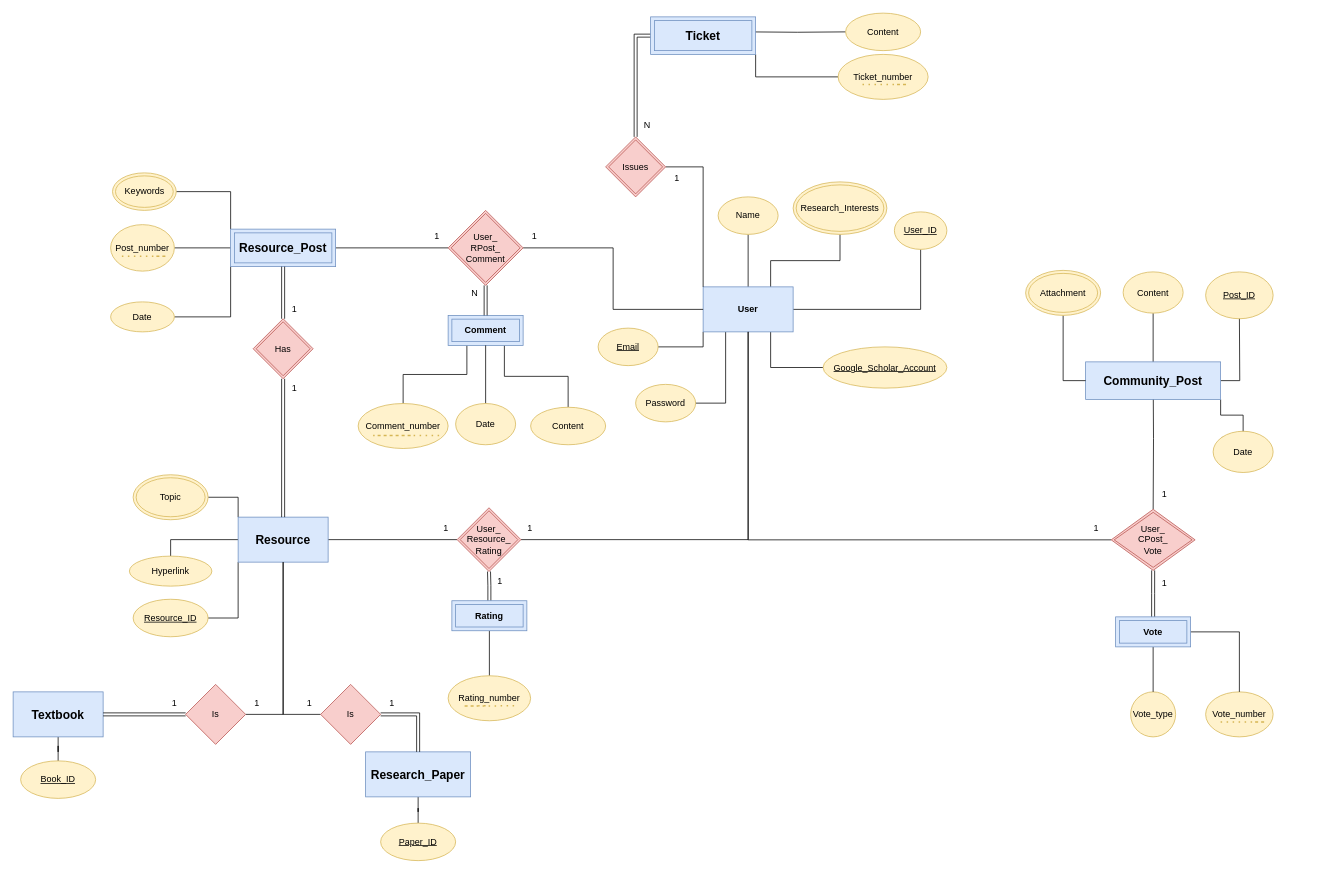
Before: Project Design/ER Diagram.drawio in muhammed-ayman/ScholarStack, a draw.io diagram. Source tidied: cells renumbered, new cells numbered last; positions are measured from the earlier drawing's top-left corner, leaving out a move shared by most shapes. Both pictures are drawn from the tidied source at 75%, with x=0, y=0 at pixel (13, 13).
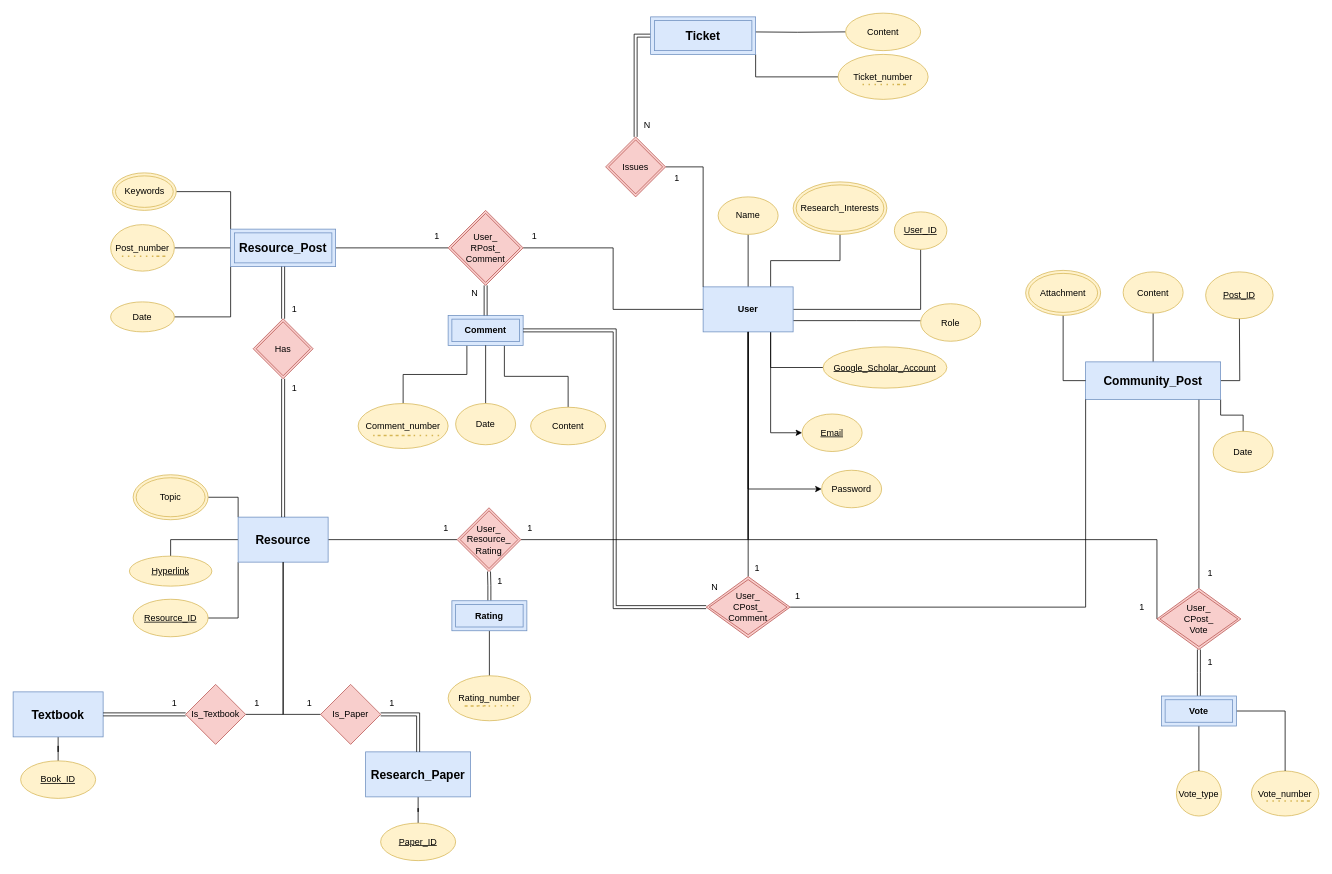
After the change.

Commit message:
added relationship between user, community post, and comment

Unchanged cells that the change refers to:
```xml
<mxCell id="8" value="User" style="rounded=0;whiteSpace=wrap;html=1;fontStyle=1;fillColor=#dae8fc;strokeColor=#6c8ebf;" parent="1" vertex="1">
  <mxGeometry x="920" y="365" width="120" height="60" as="geometry" />
</mxCell>
<mxCell id="17" value="&lt;b id=&quot;docs-internal-guid-7c196727-7fff-cf44-8b81-c02ef0bab3d8&quot; style=&quot;font-weight:normal;&quot;&gt;&lt;span style=&quot;font-size: 12pt; font-family: Arial; color: rgb(0, 0, 0); background-color: transparent; font-weight: 700; font-style: normal; font-variant: normal; text-decoration: none; vertical-align: baseline;&quot;&gt;Community_Post&lt;/span&gt;&lt;/b&gt;" style="rounded=0;whiteSpace=wrap;html=1;fillColor=#dae8fc;strokeColor=#6c8ebf;" parent="1" vertex="1">
  <mxGeometry x="1430" y="465" width="180" height="50" as="geometry" />
</mxCell>
<mxCell id="60" value="Comment" style="shape=ext;margin=3;double=1;whiteSpace=wrap;html=1;align=center;rounded=0;fillColor=#dae8fc;strokeColor=#6c8ebf;fontStyle=1;" parent="1" vertex="1">
  <mxGeometry x="580" y="403" width="100" height="40" as="geometry" />
</mxCell>
```

What changed in the source:
```diff
@@
+    <mxCell id="111" style="edgeStyle=orthogonalEdgeStyle;rounded=0;jettySize=auto;html=1;exitX=1;exitY=0.75;exitDx=0;exitDy=0;endArrow=none;endFill=0;" parent="1" edge="1" source="8">
+      <mxGeometry relative="1" as="geometry">
+        <mxPoint x="1210" y="410.2" as="targetPoint" />
+      </mxGeometry>
+    </mxCell>
-    <mxCell id="6" style="edgeStyle=orthogonalEdgeStyle;rounded=0;jettySize=auto;html=1;exitX=0;exitY=1;exitDx=0;exitDy=0;entryX=1;entryY=0.5;entryDx=0;entryDy=0;endArrow=none;endFill=0;" parent="1" edge="1" source="8" target="70">
+    <mxCell id="6" style="edgeStyle=orthogonalEdgeStyle;rounded=0;jettySize=auto;html=1;exitX=0.75;exitY=1;exitDx=0;exitDy=0;entryX=0;entryY=0.5;entryDx=0;entryDy=0;" parent="1" edge="1" source="8" target="70">
       <mxGeometry relative="1" as="geometry" />
     </mxCell>
-    <mxCell id="7" style="edgeStyle=orthogonalEdgeStyle;rounded=0;jettySize=auto;html=1;exitX=0.25;exitY=1;exitDx=0;exitDy=0;entryX=1;entryY=0.5;entryDx=0;entryDy=0;endArrow=none;endFill=0;" parent="1" edge="1" source="8" target="71">
+    <mxCell id="7" style="edgeStyle=orthogonalEdgeStyle;rounded=0;jettySize=auto;html=1;exitX=0.5;exitY=1;exitDx=0;exitDy=0;entryX=0;entryY=0.5;entryDx=0;entryDy=0;" parent="1" edge="1" source="8" target="71">
       <mxGeometry relative="1" as="geometry" />
     </mxCell>
@@
     <mxCell id="27" value="Vote_number" style="ellipse;whiteSpace=wrap;html=1;fillColor=#fff2cc;strokeColor=#d6b656;" parent="1" vertex="1">
-      <mxGeometry x="1590" y="905" width="90" height="60" as="geometry" />
+      <mxGeometry x="1651" y="1010.5" width="90" height="60" as="geometry" />
     </mxCell>
@@
     <mxCell id="29" style="endArrow=none;dashed=1;html=1;dashPattern=1 3;strokeWidth=2;rounded=0;fillColor=#fff2cc;strokeColor=#d6b656;" parent="1" edge="1">
       <mxGeometry relative="1" as="geometry">
-        <mxPoint x="1610" y="945" as="sourcePoint" />
-        <mxPoint x="1650" y="945" as="targetPoint" />
+        <mxPoint x="1671" y="1050.5" as="sourcePoint" />
+        <mxPoint x="1711" y="1050.5" as="targetPoint" />
         <Array as="points">
-          <mxPoint x="1670" y="945" />
+          <mxPoint x="1731" y="1050.5" />
         </Array>
       </mxGeometry>
     </mxCell>
     <mxCell id="30" value="Vote_type" style="ellipse;whiteSpace=wrap;html=1;fillColor=#fff2cc;strokeColor=#d6b656;" parent="1" vertex="1">
-      <mxGeometry x="1490" y="905" width="60" height="60" as="geometry" />
+      <mxGeometry x="1551" y="1010.5" width="60" height="60" as="geometry" />
     </mxCell>
@@
     <mxCell id="33" value="Vote" style="shape=ext;margin=3;double=1;whiteSpace=wrap;html=1;align=center;fillColor=#dae8fc;strokeColor=#6c8ebf;fontStyle=1;" parent="1" vertex="1">
-      <mxGeometry x="1470" y="805" width="100" height="40" as="geometry" />
+      <mxGeometry x="1531" y="910.5" width="100" height="40" as="geometry" />
     </mxCell>
@@
     <mxCell id="38" value="User_&lt;br&gt;CPost_&lt;br&gt;Vote" style="shape=rhombus;double=1;perimeter=rhombusPerimeter;whiteSpace=wrap;html=1;align=center;fillColor=#f8cecc;strokeColor=#b85450;" parent="1" vertex="1">
-      <mxGeometry x="1464.1" y="661.6" width="111.9" height="81.4" as="geometry" />
+      <mxGeometry x="1525.1" y="767.1" width="111.9" height="81.4" as="geometry" />
     </mxCell>
@@
-    <mxCell id="42" value="Is" style="rhombus;whiteSpace=wrap;html=1;fillColor=#f8cecc;strokeColor=#b85450;" parent="1" vertex="1">
+    <mxCell id="42" value="Is_Paper" style="rhombus;whiteSpace=wrap;html=1;fillColor=#f8cecc;strokeColor=#b85450;" parent="1" vertex="1">
       <mxGeometry x="410" y="895" width="80" height="80" as="geometry" />
     </mxCell>
@@
-    <mxCell id="45" value="Is" style="rhombus;whiteSpace=wrap;html=1;fillColor=#f8cecc;strokeColor=#b85450;" parent="1" vertex="1">
+    <mxCell id="45" value="Is_Textbook" style="rhombus;whiteSpace=wrap;html=1;fillColor=#f8cecc;strokeColor=#b85450;" parent="1" vertex="1">
       <mxGeometry x="230" y="895" width="80" height="80" as="geometry" />
     </mxCell>
@@
     <mxCell id="70" value="Email" style="ellipse;whiteSpace=wrap;html=1;fontStyle=4;fillColor=#fff2cc;strokeColor=#d6b656;" parent="1" vertex="1">
-      <mxGeometry x="780" y="420" width="80" height="50" as="geometry" />
+      <mxGeometry x="1052" y="534.5" width="80" height="50" as="geometry" />
     </mxCell>
     <mxCell id="71" value="Password" style="ellipse;whiteSpace=wrap;html=1;fillColor=#fff2cc;strokeColor=#d6b656;" parent="1" vertex="1">
-      <mxGeometry x="830" y="495" width="80" height="50" as="geometry" />
+      <mxGeometry x="1078" y="609.5" width="80" height="50" as="geometry" />
     </mxCell>
@@
-    <mxCell id="76" value="Hyperlink" style="ellipse;whiteSpace=wrap;html=1;fillColor=#fff2cc;strokeColor=#d6b656;" parent="1" vertex="1">
+    <mxCell id="76" value="Hyperlink" style="ellipse;whiteSpace=wrap;html=1;fillColor=#fff2cc;strokeColor=#d6b656;fontStyle=4;" parent="1" vertex="1">
       <mxGeometry x="155" y="724" width="110" height="40" as="geometry" />
     </mxCell>
@@
     <mxCell id="94" value="1" style="text;html=1;align=center;verticalAlign=middle;strokeColor=none;fillColor=none;" parent="1" vertex="1">
-      <mxGeometry x="1429" y="671.5" width="30" height="30" as="geometry" />
+      <mxGeometry x="1490" y="777" width="30" height="30" as="geometry" />
     </mxCell>
     <mxCell id="95" value="1" style="text;html=1;align=center;verticalAlign=middle;strokeColor=none;fillColor=none;" parent="1" vertex="1">
-      <mxGeometry x="1520" y="626.5" width="30" height="30" as="geometry" />
+      <mxGeometry x="1581" y="732" width="30" height="30" as="geometry" />
     </mxCell>
     <mxCell id="96" value="1" style="text;html=1;align=center;verticalAlign=middle;strokeColor=none;fillColor=none;" parent="1" vertex="1">
-      <mxGeometry x="1520" y="745" width="30" height="30" as="geometry" />
+      <mxGeometry x="1581" y="850.5" width="30" height="30" as="geometry" />
     </mxCell>
@@
+    <mxCell id="112" value="Role" style="ellipse;whiteSpace=wrap;html=1;rounded=0;fillColor=#fff2cc;strokeColor=#d6b656;" parent="1" vertex="1">
+      <mxGeometry x="1210" y="387.5" width="80" height="50" as="geometry" />
+    </mxCell>
+    <mxCell id="113" style="edgeStyle=orthogonalEdgeStyle;rounded=0;jettySize=auto;html=1;exitX=0;exitY=0.5;exitDx=0;exitDy=0;entryX=1;entryY=0.5;entryDx=0;entryDy=0;endArrow=none;endFill=0;shape=link;" parent="1" edge="1" source="116" target="60">
+      <mxGeometry relative="1" as="geometry" />
+    </mxCell>
+    <mxCell id="114" style="edgeStyle=orthogonalEdgeStyle;rounded=0;jettySize=auto;html=1;exitX=1;exitY=0.5;exitDx=0;exitDy=0;entryX=0;entryY=1;entryDx=0;entryDy=0;endArrow=none;endFill=0;" parent="1" edge="1" source="116" target="17">
+      <mxGeometry relative="1" as="geometry" />
+    </mxCell>
+    <mxCell id="115" style="edgeStyle=orthogonalEdgeStyle;rounded=0;jettySize=auto;html=1;exitX=0.5;exitY=0;exitDx=0;exitDy=0;entryX=0.5;entryY=1;entryDx=0;entryDy=0;endArrow=none;endFill=0;" parent="1" edge="1" source="116" target="8">
+      <mxGeometry relative="1" as="geometry" />
+    </mxCell>
+    <mxCell id="116" value="User_&lt;br&gt;CPost_&lt;br&gt;Comment" style="shape=rhombus;double=1;perimeter=rhombusPerimeter;whiteSpace=wrap;html=1;align=center;fillColor=#f8cecc;strokeColor=#b85450;" parent="1" vertex="1">
+      <mxGeometry x="924.1" y="751.3" width="111.9" height="81.4" as="geometry" />
+    </mxCell>
+    <mxCell id="117" value="1" style="text;html=1;align=center;verticalAlign=middle;strokeColor=none;fillColor=none;" parent="1" vertex="1">
+      <mxGeometry x="1030.9" y="762" width="30" height="30" as="geometry" />
+    </mxCell>
+    <mxCell id="118" value="1" style="text;html=1;align=center;verticalAlign=middle;strokeColor=none;fillColor=none;" parent="1" vertex="1">
+      <mxGeometry x="977" y="725" width="30" height="30" as="geometry" />
+    </mxCell>
+    <mxCell id="119" value="N" style="text;html=1;align=center;verticalAlign=middle;strokeColor=none;fillColor=none;" parent="1" vertex="1">
+      <mxGeometry x="920" y="750" width="30" height="30" as="geometry" />
+    </mxCell>
```
